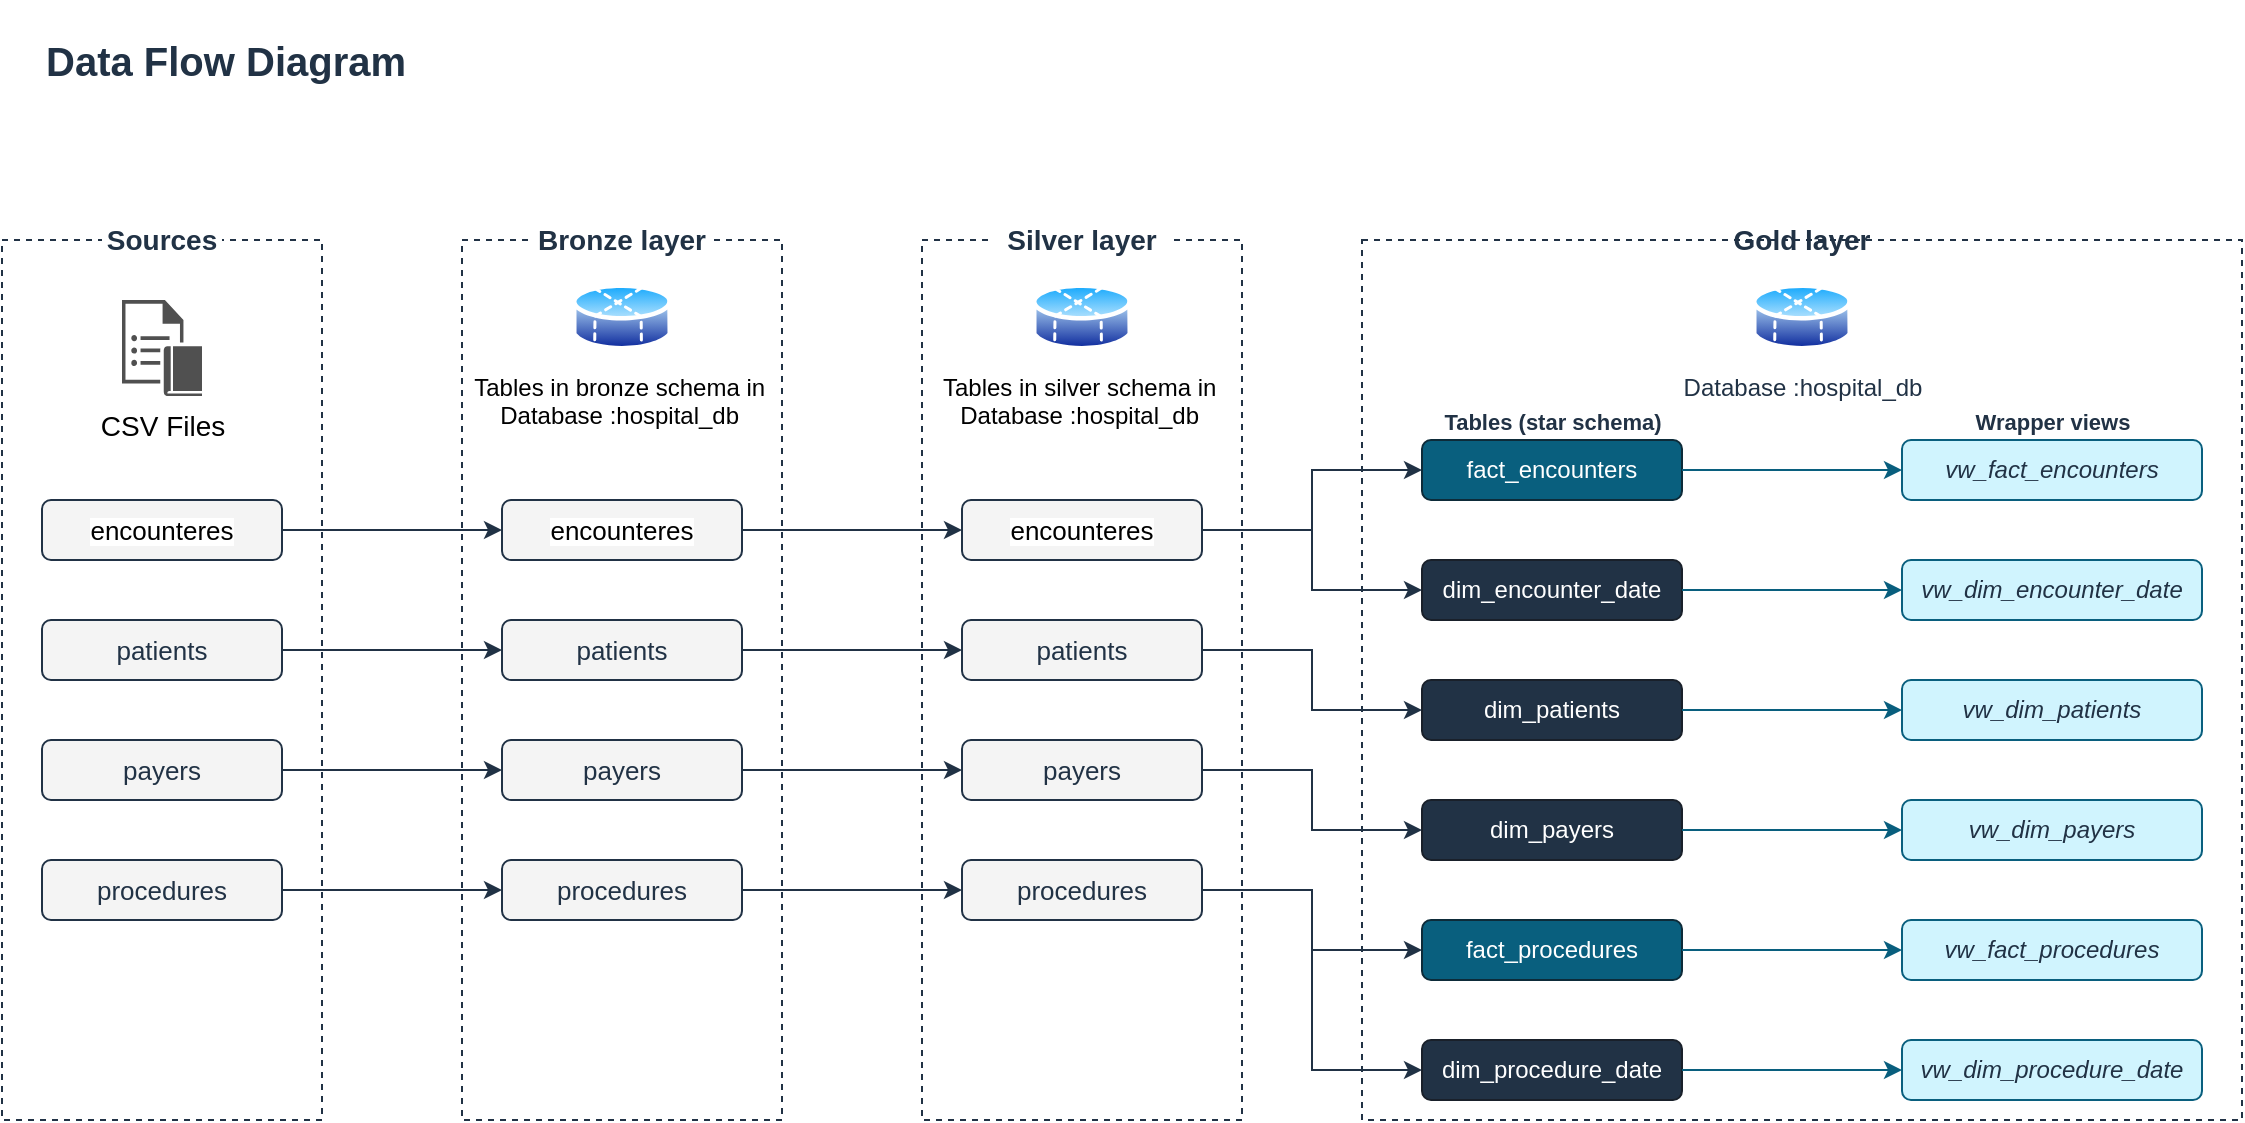
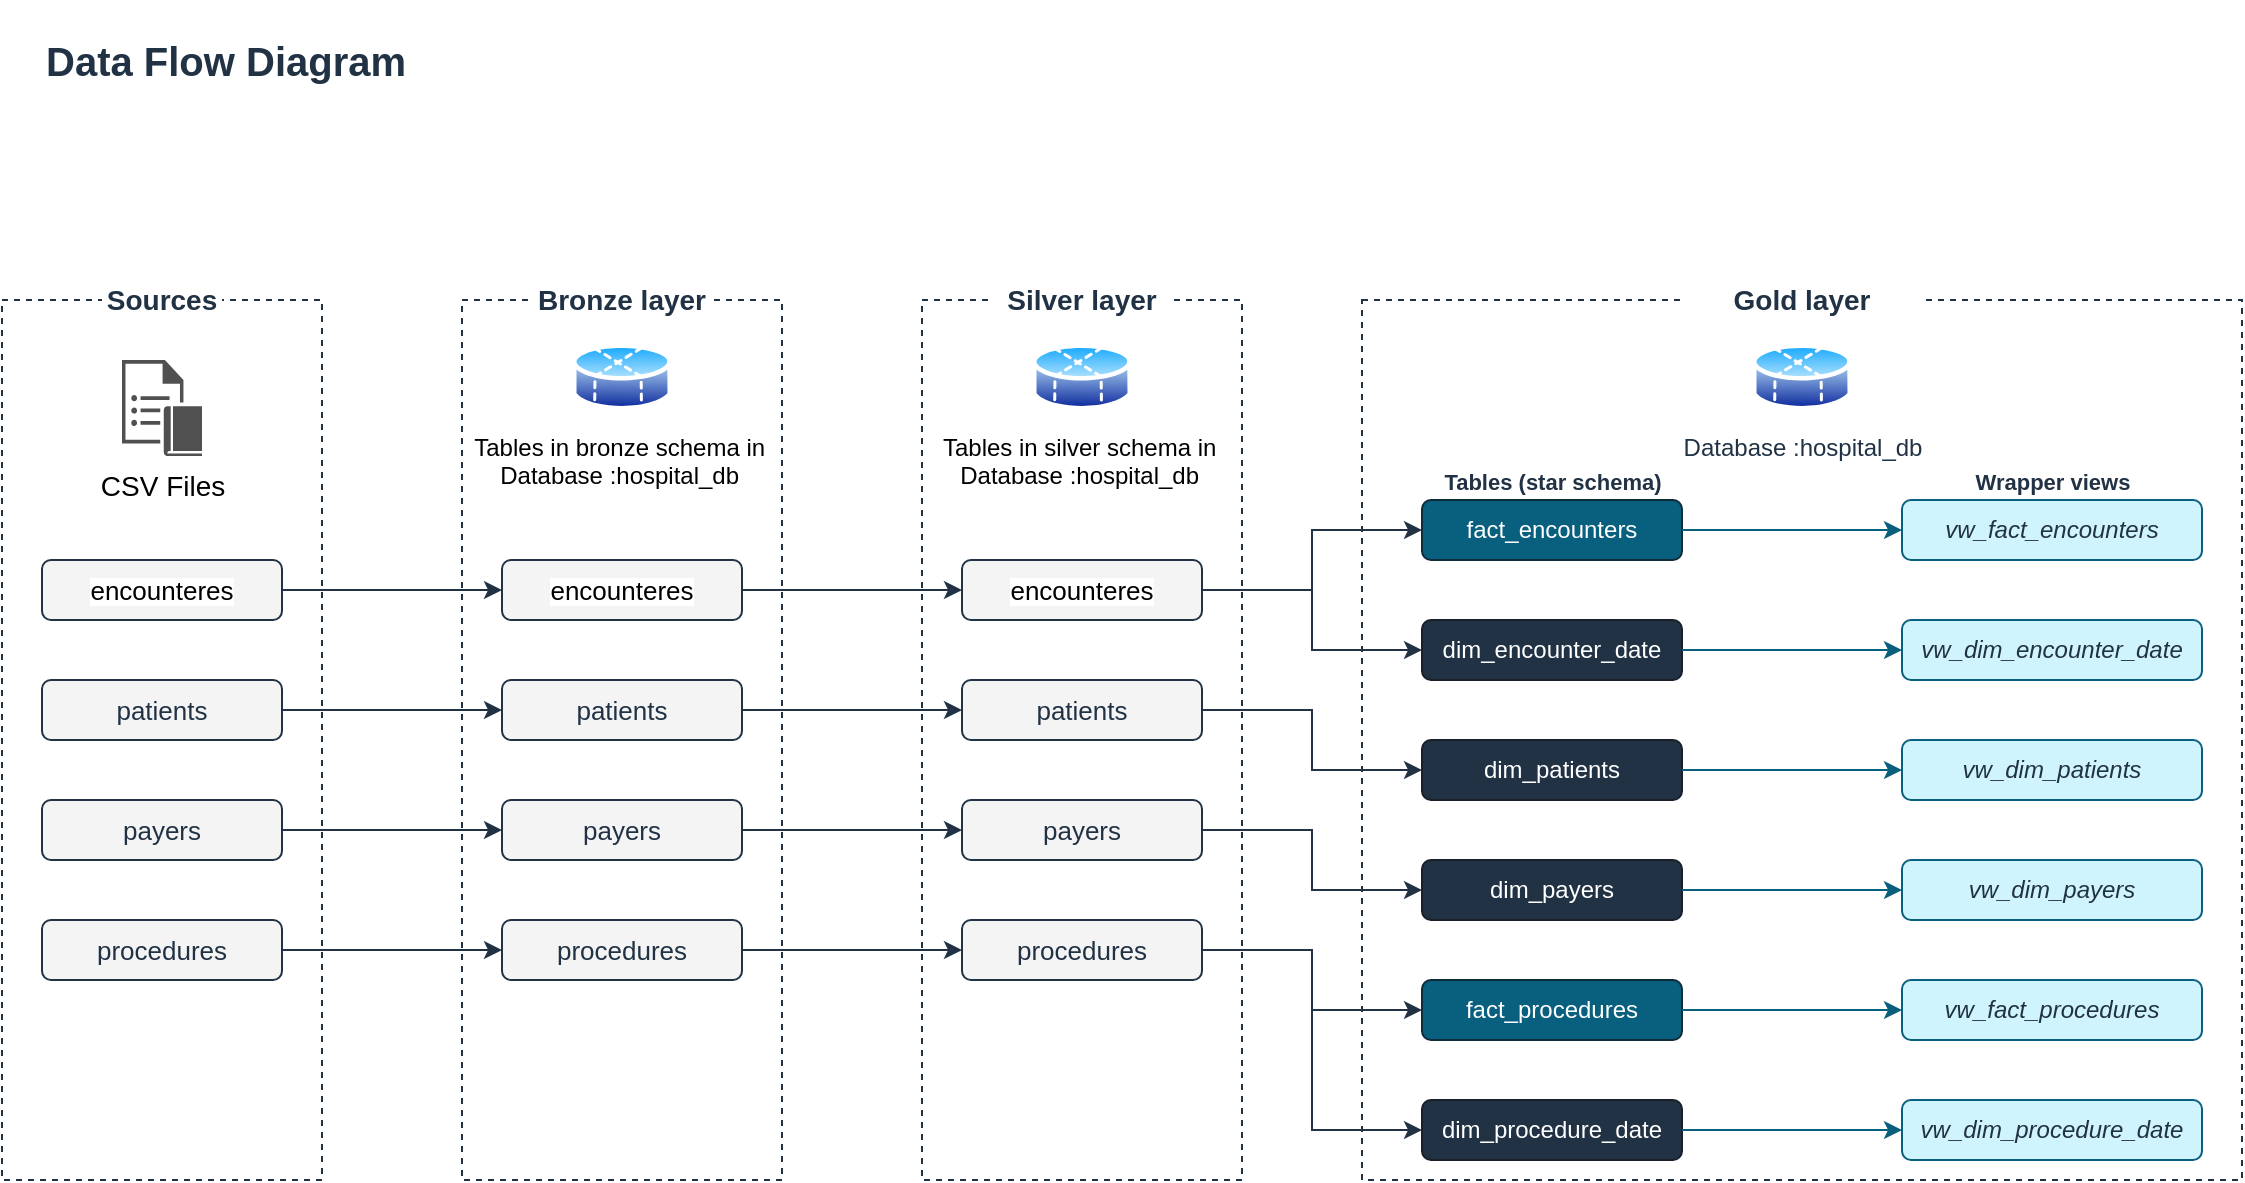
<mxfile host="Electron">
  <diagram name="Page-1" id="7KRifTNmhfS79vcvGe9k">
-     <mxGraphModel dx="1176" dy="696" grid="1" gridSize="10" guides="1" tooltips="1" connect="1" arrows="1" fold="1" page="1" pageScale="1" pageWidth="1250" pageHeight="1100" math="0" shadow="0">
+     <mxGraphModel dx="1176" dy="696" grid="1" gridSize="10" guides="1" tooltips="1" connect="1" arrows="1" fold="1" page="1" pageScale="1" pageWidth="583" pageHeight="413" math="0" shadow="0">
      <root>
        <mxCell id="0" />
        <mxCell id="1" parent="0" />
        <mxCell id="1mUyeEgf9nEu3bWgY-zx-3" parent="1" style="rounded=0;whiteSpace=wrap;html=1;fillColor=default;dashed=1;strokeColor=#213245;align=left;" value="&lt;blockquote style=&quot;margin: 0px 0px 0px 40px; border: none; padding: 0px; line-height: 150%;&quot;&gt;&lt;br&gt;&lt;/blockquote&gt;" vertex="1">
          <mxGeometry height="440" width="160" x="480" y="230" as="geometry" />
        </mxCell>
        <mxCell id="sMrIIVQ76radw1M1d-wC-12" parent="1" style="rounded=0;whiteSpace=wrap;html=1;fillColor=default;dashed=1;strokeColor=#213245;align=left;" value="&lt;blockquote style=&quot;margin: 0px 0px 0px 40px; border: none; padding: 0px; line-height: 150%;&quot;&gt;&lt;br&gt;&lt;/blockquote&gt;" vertex="1">
          <mxGeometry height="440" width="160" x="250" y="230" as="geometry" />
        </mxCell>
        <mxCell id="sMrIIVQ76radw1M1d-wC-1" parent="1" style="rounded=0;whiteSpace=wrap;html=1;fillColor=none;strokeColor=none;align=left;fontColor=#213245;" value="&lt;b&gt;&lt;font style=&quot;font-size: 20px;&quot;&gt;Data Flow Diagram&lt;/font&gt;&lt;/b&gt;" vertex="1">
-           <mxGeometry height="60" width="280" x="40" y="110" as="geometry" />
+           <mxGeometry height="60" width="280" x="40" y="80" as="geometry" />
        </mxCell>
        <mxCell id="sMrIIVQ76radw1M1d-wC-2" parent="1" style="rounded=0;whiteSpace=wrap;html=1;fillColor=default;dashed=1;strokeColor=#213245;align=left;" value="&lt;blockquote style=&quot;margin: 0px 0px 0px 40px; border: none; padding: 0px; line-height: 150%;&quot;&gt;&lt;br&gt;&lt;/blockquote&gt;" vertex="1">
          <mxGeometry height="440" width="160" x="20" y="230" as="geometry" />
        </mxCell>
        <mxCell id="sMrIIVQ76radw1M1d-wC-3" parent="1" style="sketch=0;pointerEvents=1;shadow=0;dashed=0;html=1;strokeColor=none;fillColor=#505050;labelPosition=center;verticalLabelPosition=bottom;verticalAlign=top;outlineConnect=0;align=center;shape=mxgraph.office.communications.journaling_rule;fontSize=14;" value="CSV Files" vertex="1">
          <mxGeometry height="48" width="40" x="80" y="260" as="geometry" />
        </mxCell>
        <mxCell id="sMrIIVQ76radw1M1d-wC-4" parent="1" style="rounded=1;whiteSpace=wrap;html=1;fillColor=default;strokeColor=none;fontColor=#213245;fontStyle=1;" value="&lt;font style=&quot;font-size: 14px;&quot;&gt;Sources&lt;/font&gt;" vertex="1">
          <mxGeometry height="40" width="60" x="70" y="210" as="geometry" />
        </mxCell>
        <mxCell id="sMrIIVQ76radw1M1d-wC-21" edge="1" parent="1" source="sMrIIVQ76radw1M1d-wC-5" style="edgeStyle=orthogonalEdgeStyle;rounded=0;orthogonalLoop=1;jettySize=auto;html=1;strokeColor=#213245;entryX=0;entryY=0.5;entryDx=0;entryDy=0;" target="sMrIIVQ76radw1M1d-wC-16">
          <mxGeometry relative="1" as="geometry" />
        </mxCell>
        <mxCell id="sMrIIVQ76radw1M1d-wC-5" parent="1" style="rounded=1;whiteSpace=wrap;html=1;align=center;fillColor=#f4f4f4;strokeColor=#213245;fontColor=#213245;" value="&lt;div&gt;&lt;span style=&quot;font-size: 13px;&quot;&gt;patients&lt;/span&gt;&lt;/div&gt;" vertex="1">
          <mxGeometry height="30" width="120" x="40" y="420" as="geometry" />
        </mxCell>
        <mxCell id="sMrIIVQ76radw1M1d-wC-23" edge="1" parent="1" source="sMrIIVQ76radw1M1d-wC-7" style="edgeStyle=orthogonalEdgeStyle;rounded=0;orthogonalLoop=1;jettySize=auto;html=1;strokeColor=#213245;" target="sMrIIVQ76radw1M1d-wC-18">
          <mxGeometry relative="1" as="geometry" />
        </mxCell>
        <mxCell id="sMrIIVQ76radw1M1d-wC-7" parent="1" style="rounded=1;whiteSpace=wrap;html=1;align=center;fillColor=#f4f4f4;strokeColor=#213245;fontColor=#213245;" value="&lt;div&gt;&lt;span style=&quot;font-size: 13px; text-align: left;&quot;&gt;procedures&lt;/span&gt;&lt;/div&gt;" vertex="1">
          <mxGeometry height="30" width="120" x="40" y="540" as="geometry" />
        </mxCell>
        <mxCell id="sMrIIVQ76radw1M1d-wC-22" edge="1" parent="1" source="sMrIIVQ76radw1M1d-wC-8" style="edgeStyle=orthogonalEdgeStyle;rounded=0;orthogonalLoop=1;jettySize=auto;html=1;strokeColor=#213245;" target="sMrIIVQ76radw1M1d-wC-17">
          <mxGeometry relative="1" as="geometry" />
        </mxCell>
        <mxCell id="sMrIIVQ76radw1M1d-wC-8" parent="1" style="rounded=1;whiteSpace=wrap;html=1;align=center;fillColor=#f4f4f4;strokeColor=#213245;fontColor=#213245;" value="&lt;div&gt;&lt;span style=&quot;font-size: 13px; text-align: left;&quot;&gt;payers&lt;/span&gt;&lt;br style=&quot;font-size: 13px; text-align: left;&quot;&gt;&lt;/div&gt;" vertex="1">
          <mxGeometry height="30" width="120" x="40" y="480" as="geometry" />
        </mxCell>
        <mxCell id="sMrIIVQ76radw1M1d-wC-20" edge="1" parent="1" source="sMrIIVQ76radw1M1d-wC-9" style="edgeStyle=orthogonalEdgeStyle;rounded=0;orthogonalLoop=1;jettySize=auto;html=1;strokeColor=#213245;entryX=0;entryY=0.5;entryDx=0;entryDy=0;" target="sMrIIVQ76radw1M1d-wC-15">
          <mxGeometry relative="1" as="geometry" />
        </mxCell>
        <mxCell id="sMrIIVQ76radw1M1d-wC-9" parent="1" style="rounded=1;whiteSpace=wrap;html=1;align=center;fillColor=#f4f4f4;strokeColor=#213245;fontColor=#213245;" value="&lt;span style=&quot;background-color: light-dark(#ffffff, var(--ge-dark-color, #121212));&quot;&gt;&lt;br&gt;&lt;span style=&quot;color: rgb(0, 0, 0); font-family: Helvetica; font-size: 13px; font-style: normal; font-variant-ligatures: normal; font-variant-caps: normal; font-weight: 400; letter-spacing: normal; orphans: 2; text-indent: 0px; text-transform: none; widows: 2; word-spacing: 0px; -webkit-text-stroke-width: 0px; white-space: normal; text-decoration-thickness: initial; text-decoration-style: initial; text-decoration-color: initial; float: none; display: inline !important;&quot;&gt;encounteres&lt;/span&gt;&lt;/span&gt;&lt;div&gt;&lt;br&gt;&lt;/div&gt;" vertex="1">
          <mxGeometry height="30" width="120" x="40" y="360" as="geometry" />
        </mxCell>
        <mxCell id="sMrIIVQ76radw1M1d-wC-13" parent="1" style="rounded=1;whiteSpace=wrap;html=1;fillColor=default;strokeColor=none;fontColor=#213245;fontStyle=1;" value="&lt;font style=&quot;font-size: 14px;&quot;&gt;Bronze layer&lt;/font&gt;" vertex="1">
          <mxGeometry height="40" width="90" x="285" y="210" as="geometry" />
        </mxCell>
        <mxCell id="sMrIIVQ76radw1M1d-wC-14" parent="1" style="image;aspect=fixed;perimeter=ellipsePerimeter;html=1;align=center;shadow=0;dashed=0;spacingTop=3;image=img/lib/active_directory/database_partition_4.svg;" value="Tables in bronze schema in&amp;nbsp;&lt;div&gt;Database :hospital_db&amp;nbsp;&lt;/div&gt;" vertex="1">
          <mxGeometry height="37" width="50" x="305" y="250" as="geometry" />
        </mxCell>
        <mxCell id="1mUyeEgf9nEu3bWgY-zx-13" edge="1" parent="1" source="sMrIIVQ76radw1M1d-wC-15" style="edgeStyle=orthogonalEdgeStyle;rounded=0;orthogonalLoop=1;jettySize=auto;html=1;strokeColor=#213245;" target="1mUyeEgf9nEu3bWgY-zx-7">
          <mxGeometry relative="1" as="geometry" />
        </mxCell>
        <mxCell id="sMrIIVQ76radw1M1d-wC-15" parent="1" style="rounded=1;whiteSpace=wrap;html=1;align=center;fillColor=#f4f4f4;strokeColor=#213245;fontColor=#213245;" value="&lt;span style=&quot;background-color: light-dark(#ffffff, var(--ge-dark-color, #121212));&quot;&gt;&lt;br&gt;&lt;span style=&quot;color: rgb(0, 0, 0); font-family: Helvetica; font-size: 13px; font-style: normal; font-variant-ligatures: normal; font-variant-caps: normal; font-weight: 400; letter-spacing: normal; orphans: 2; text-indent: 0px; text-transform: none; widows: 2; word-spacing: 0px; -webkit-text-stroke-width: 0px; white-space: normal; text-decoration-thickness: initial; text-decoration-style: initial; text-decoration-color: initial; float: none; display: inline !important;&quot;&gt;encounteres&lt;/span&gt;&lt;/span&gt;&lt;div&gt;&lt;br&gt;&lt;/div&gt;" vertex="1">
          <mxGeometry height="30" width="120" x="270" y="360" as="geometry" />
        </mxCell>
        <mxCell id="1mUyeEgf9nEu3bWgY-zx-14" edge="1" parent="1" source="sMrIIVQ76radw1M1d-wC-16" style="edgeStyle=orthogonalEdgeStyle;rounded=0;orthogonalLoop=1;jettySize=auto;html=1;strokeColor=#213245;" target="1mUyeEgf9nEu3bWgY-zx-8" value="">
          <mxGeometry relative="1" as="geometry" />
        </mxCell>
        <mxCell id="sMrIIVQ76radw1M1d-wC-16" parent="1" style="rounded=1;whiteSpace=wrap;html=1;align=center;fillColor=#f4f4f4;strokeColor=#213245;fontColor=#213245;" value="&lt;div&gt;&lt;span style=&quot;font-size: 13px;&quot;&gt;patients&lt;/span&gt;&lt;/div&gt;" vertex="1">
          <mxGeometry height="30" width="120" x="270" y="420" as="geometry" />
        </mxCell>
        <mxCell id="1mUyeEgf9nEu3bWgY-zx-15" edge="1" parent="1" source="sMrIIVQ76radw1M1d-wC-17" style="edgeStyle=orthogonalEdgeStyle;rounded=0;orthogonalLoop=1;jettySize=auto;html=1;strokeColor=#213245;" target="1mUyeEgf9nEu3bWgY-zx-9">
          <mxGeometry relative="1" as="geometry" />
        </mxCell>
        <mxCell id="sMrIIVQ76radw1M1d-wC-17" parent="1" style="rounded=1;whiteSpace=wrap;html=1;align=center;fillColor=#f4f4f4;strokeColor=#213245;fontColor=#213245;" value="&lt;div&gt;&lt;span style=&quot;font-size: 13px; text-align: left;&quot;&gt;payers&lt;/span&gt;&lt;br style=&quot;font-size: 13px; text-align: left;&quot;&gt;&lt;/div&gt;" vertex="1">
          <mxGeometry height="30" width="120" x="270" y="480" as="geometry" />
        </mxCell>
        <mxCell id="1mUyeEgf9nEu3bWgY-zx-16" edge="1" parent="1" source="sMrIIVQ76radw1M1d-wC-18" style="edgeStyle=orthogonalEdgeStyle;rounded=0;orthogonalLoop=1;jettySize=auto;html=1;strokeColor=#213245;" target="1mUyeEgf9nEu3bWgY-zx-10">
          <mxGeometry relative="1" as="geometry" />
        </mxCell>
        <mxCell id="sMrIIVQ76radw1M1d-wC-18" parent="1" style="rounded=1;whiteSpace=wrap;html=1;align=center;fillColor=#f4f4f4;strokeColor=#213245;fontColor=#213245;" value="&lt;div&gt;&lt;span style=&quot;font-size: 13px; text-align: left;&quot;&gt;procedures&lt;/span&gt;&lt;/div&gt;" vertex="1">
          <mxGeometry height="30" width="120" x="270" y="540" as="geometry" />
        </mxCell>
        <mxCell id="1mUyeEgf9nEu3bWgY-zx-4" parent="1" style="rounded=1;whiteSpace=wrap;html=1;fillColor=default;strokeColor=none;fontColor=#213245;fontStyle=1;" value="&lt;font style=&quot;font-size: 14px;&quot;&gt;Silver layer&lt;/font&gt;" vertex="1">
          <mxGeometry height="40" width="90" x="515" y="210" as="geometry" />
        </mxCell>
        <mxCell id="1mUyeEgf9nEu3bWgY-zx-5" parent="1" style="image;aspect=fixed;perimeter=ellipsePerimeter;html=1;align=center;shadow=0;dashed=0;spacingTop=3;image=img/lib/active_directory/database_partition_4.svg;" value="Tables in silver schema in&amp;nbsp;&lt;div&gt;Database :hospital_db&amp;nbsp;&lt;/div&gt;" vertex="1">
          <mxGeometry height="37" width="50" x="535" y="250" as="geometry" />
        </mxCell>
        <mxCell id="1mUyeEgf9nEu3bWgY-zx-7" parent="1" style="rounded=1;whiteSpace=wrap;html=1;align=center;fillColor=#f4f4f4;strokeColor=#213245;fontColor=#213245;" value="&lt;span style=&quot;background-color: light-dark(#ffffff, var(--ge-dark-color, #121212));&quot;&gt;&lt;br&gt;&lt;span style=&quot;color: rgb(0, 0, 0); font-family: Helvetica; font-size: 13px; font-style: normal; font-variant-ligatures: normal; font-variant-caps: normal; font-weight: 400; letter-spacing: normal; orphans: 2; text-indent: 0px; text-transform: none; widows: 2; word-spacing: 0px; -webkit-text-stroke-width: 0px; white-space: normal; text-decoration-thickness: initial; text-decoration-style: initial; text-decoration-color: initial; float: none; display: inline !important;&quot;&gt;encounteres&lt;/span&gt;&lt;/span&gt;&lt;div&gt;&lt;br&gt;&lt;/div&gt;" vertex="1">
          <mxGeometry height="30" width="120" x="500" y="360" as="geometry" />
        </mxCell>
        <mxCell id="1mUyeEgf9nEu3bWgY-zx-8" parent="1" style="rounded=1;whiteSpace=wrap;html=1;align=center;fillColor=#f4f4f4;strokeColor=#213245;fontColor=#213245;" value="&lt;div&gt;&lt;span style=&quot;font-size: 13px;&quot;&gt;patients&lt;/span&gt;&lt;/div&gt;" vertex="1">
          <mxGeometry height="30" width="120" x="500" y="420" as="geometry" />
        </mxCell>
        <mxCell id="1mUyeEgf9nEu3bWgY-zx-9" parent="1" style="rounded=1;whiteSpace=wrap;html=1;align=center;fillColor=#f4f4f4;strokeColor=#213245;fontColor=#213245;" value="&lt;div&gt;&lt;span style=&quot;font-size: 13px; text-align: left;&quot;&gt;payers&lt;/span&gt;&lt;br style=&quot;font-size: 13px; text-align: left;&quot;&gt;&lt;/div&gt;" vertex="1">
          <mxGeometry height="30" width="120" x="500" y="480" as="geometry" />
        </mxCell>
        <mxCell id="1mUyeEgf9nEu3bWgY-zx-10" parent="1" style="rounded=1;whiteSpace=wrap;html=1;align=center;fillColor=#f4f4f4;strokeColor=#213245;fontColor=#213245;" value="&lt;div&gt;&lt;span style=&quot;font-size: 13px; text-align: left;&quot;&gt;procedures&lt;/span&gt;&lt;/div&gt;" vertex="1">
          <mxGeometry height="30" width="120" x="500" y="540" as="geometry" />
        </mxCell>
        <mxCell id="g_container" parent="1" style="rounded=0;whiteSpace=wrap;html=1;fillColor=default;dashed=1;strokeColor=#213245;" value="" vertex="1">
          <mxGeometry height="440" width="440" x="700" y="230" as="geometry" />
        </mxCell>
-         <mxCell id="g_label" parent="1" style="rounded=1;whiteSpace=wrap;html=1;fillColor=none;strokeColor=none;fontColor=#213245;fontStyle=1;align=center;" value="&lt;font style=&quot;font-size: 14px;&quot;&gt;Gold layer&lt;/font&gt;" vertex="1">
+         <mxCell id="g_label" parent="1" style="rounded=1;whiteSpace=wrap;html=1;fillColor=default;strokeColor=none;fontColor=#213245;fontStyle=1;align=center;" value="&lt;font style=&quot;font-size: 14px;&quot;&gt;Gold layer&lt;/font&gt;" vertex="1">
          <mxGeometry height="40" width="120" x="860" y="210" as="geometry" />
        </mxCell>
        <mxCell id="g_icon" parent="1" style="image;aspect=fixed;perimeter=ellipsePerimeter;html=1;align=center;shadow=0;dashed=0;spacingTop=3;image=img/lib/active_directory/database_partition_4.svg;fontColor=#213245;" value="Database :hospital_db" vertex="1">
          <mxGeometry height="37" width="50" x="895" y="250" as="geometry" />
        </mxCell>
        <mxCell id="g_hdr_t" parent="1" style="text;html=1;align=center;fontColor=#213245;fontStyle=1;fontSize=11;" value="Tables (star schema)" vertex="1">
          <mxGeometry height="20" width="130" x="730" y="308" as="geometry" />
        </mxCell>
        <mxCell id="g_hdr_v" parent="1" style="text;html=1;align=center;fontColor=#213245;fontStyle=1;fontSize=11;" value="Wrapper views" vertex="1">
          <mxGeometry height="20" width="150" x="970" y="308" as="geometry" />
        </mxCell>
        <mxCell id="g_fact_enc" parent="1" style="rounded=1;whiteSpace=wrap;html=1;align=center;fillColor=#095f7e;strokeColor=#0d2b39;fontColor=#ffffff;fontSize=12;" value="fact_encounters" vertex="1">
          <mxGeometry height="30" width="130" x="730" y="330" as="geometry" />
        </mxCell>
        <mxCell id="vw_g_fact_enc" parent="1" style="rounded=1;whiteSpace=wrap;html=1;align=center;fillColor=#d0f4fe;strokeColor=#095f7e;fontColor=#213245;fontSize=12;fontStyle=2;" value="vw_fact_encounters" vertex="1">
          <mxGeometry height="30" width="150" x="970" y="330" as="geometry" />
        </mxCell>
        <mxCell id="g_dim_encdate" parent="1" style="rounded=1;whiteSpace=wrap;html=1;align=center;fillColor=#213245;strokeColor=#19202a;fontColor=#ffffff;fontSize=12;" value="dim_encounter_date" vertex="1">
          <mxGeometry height="30" width="130" x="730" y="390" as="geometry" />
        </mxCell>
        <mxCell id="vw_g_dim_encdate" parent="1" style="rounded=1;whiteSpace=wrap;html=1;align=center;fillColor=#d0f4fe;strokeColor=#095f7e;fontColor=#213245;fontSize=12;fontStyle=2;" value="vw_dim_encounter_date" vertex="1">
          <mxGeometry height="30" width="150" x="970" y="390" as="geometry" />
        </mxCell>
        <mxCell id="g_dim_pat" parent="1" style="rounded=1;whiteSpace=wrap;html=1;align=center;fillColor=#213245;strokeColor=#19202a;fontColor=#ffffff;fontSize=12;" value="dim_patients" vertex="1">
          <mxGeometry height="30" width="130" x="730" y="450" as="geometry" />
        </mxCell>
        <mxCell id="vw_g_dim_pat" parent="1" style="rounded=1;whiteSpace=wrap;html=1;align=center;fillColor=#d0f4fe;strokeColor=#095f7e;fontColor=#213245;fontSize=12;fontStyle=2;" value="vw_dim_patients" vertex="1">
          <mxGeometry height="30" width="150" x="970" y="450" as="geometry" />
        </mxCell>
        <mxCell id="g_dim_pay" parent="1" style="rounded=1;whiteSpace=wrap;html=1;align=center;fillColor=#213245;strokeColor=#19202a;fontColor=#ffffff;fontSize=12;" value="dim_payers" vertex="1">
          <mxGeometry height="30" width="130" x="730" y="510" as="geometry" />
        </mxCell>
        <mxCell id="vw_g_dim_pay" parent="1" style="rounded=1;whiteSpace=wrap;html=1;align=center;fillColor=#d0f4fe;strokeColor=#095f7e;fontColor=#213245;fontSize=12;fontStyle=2;" value="vw_dim_payers" vertex="1">
          <mxGeometry height="30" width="150" x="970" y="510" as="geometry" />
        </mxCell>
        <mxCell id="g_fact_proc" parent="1" style="rounded=1;whiteSpace=wrap;html=1;align=center;fillColor=#095f7e;strokeColor=#0d2b39;fontColor=#ffffff;fontSize=12;" value="fact_procedures" vertex="1">
          <mxGeometry height="30" width="130" x="730" y="570" as="geometry" />
        </mxCell>
        <mxCell id="vw_g_fact_proc" parent="1" style="rounded=1;whiteSpace=wrap;html=1;align=center;fillColor=#d0f4fe;strokeColor=#095f7e;fontColor=#213245;fontSize=12;fontStyle=2;" value="vw_fact_procedures" vertex="1">
          <mxGeometry height="30" width="150" x="970" y="570" as="geometry" />
        </mxCell>
        <mxCell id="g_dim_prcdate" parent="1" style="rounded=1;whiteSpace=wrap;html=1;align=center;fillColor=#213245;strokeColor=#19202a;fontColor=#ffffff;fontSize=12;" value="dim_procedure_date" vertex="1">
          <mxGeometry height="30" width="130" x="730" y="630" as="geometry" />
        </mxCell>
        <mxCell id="vw_g_dim_prcdate" parent="1" style="rounded=1;whiteSpace=wrap;html=1;align=center;fillColor=#d0f4fe;strokeColor=#095f7e;fontColor=#213245;fontSize=12;fontStyle=2;" value="vw_dim_procedure_date" vertex="1">
          <mxGeometry height="30" width="150" x="970" y="630" as="geometry" />
        </mxCell>
        <mxCell id="e_g_fact_enc" edge="1" parent="1" source="1mUyeEgf9nEu3bWgY-zx-7" style="edgeStyle=orthogonalEdgeStyle;rounded=0;orthogonalLoop=1;jettySize=auto;html=1;strokeColor=#213245;entryX=0;entryY=0.5;entryDx=0;entryDy=0;" target="g_fact_enc">
          <mxGeometry relative="1" as="geometry" />
        </mxCell>
        <mxCell id="e_vw_g_fact_enc" edge="1" parent="1" source="g_fact_enc" style="edgeStyle=orthogonalEdgeStyle;rounded=0;orthogonalLoop=1;jettySize=auto;html=1;strokeColor=#095f7e;exitX=1;exitY=0.5;exitDx=0;exitDy=0;entryX=0;entryY=0.5;entryDx=0;entryDy=0;" target="vw_g_fact_enc">
          <mxGeometry relative="1" as="geometry" />
        </mxCell>
        <mxCell id="e_g_dim_encdate" edge="1" parent="1" source="1mUyeEgf9nEu3bWgY-zx-7" style="edgeStyle=orthogonalEdgeStyle;rounded=0;orthogonalLoop=1;jettySize=auto;html=1;strokeColor=#213245;entryX=0;entryY=0.5;entryDx=0;entryDy=0;" target="g_dim_encdate">
          <mxGeometry relative="1" as="geometry" />
        </mxCell>
        <mxCell id="e_vw_g_dim_encdate" edge="1" parent="1" source="g_dim_encdate" style="edgeStyle=orthogonalEdgeStyle;rounded=0;orthogonalLoop=1;jettySize=auto;html=1;strokeColor=#095f7e;exitX=1;exitY=0.5;exitDx=0;exitDy=0;entryX=0;entryY=0.5;entryDx=0;entryDy=0;" target="vw_g_dim_encdate">
          <mxGeometry relative="1" as="geometry" />
        </mxCell>
        <mxCell id="e_g_dim_pat" edge="1" parent="1" source="1mUyeEgf9nEu3bWgY-zx-8" style="edgeStyle=orthogonalEdgeStyle;rounded=0;orthogonalLoop=1;jettySize=auto;html=1;strokeColor=#213245;entryX=0;entryY=0.5;entryDx=0;entryDy=0;" target="g_dim_pat">
          <mxGeometry relative="1" as="geometry" />
        </mxCell>
        <mxCell id="e_vw_g_dim_pat" edge="1" parent="1" source="g_dim_pat" style="edgeStyle=orthogonalEdgeStyle;rounded=0;orthogonalLoop=1;jettySize=auto;html=1;strokeColor=#095f7e;exitX=1;exitY=0.5;exitDx=0;exitDy=0;entryX=0;entryY=0.5;entryDx=0;entryDy=0;" target="vw_g_dim_pat">
          <mxGeometry relative="1" as="geometry" />
        </mxCell>
        <mxCell id="e_g_dim_pay" edge="1" parent="1" source="1mUyeEgf9nEu3bWgY-zx-9" style="edgeStyle=orthogonalEdgeStyle;rounded=0;orthogonalLoop=1;jettySize=auto;html=1;strokeColor=#213245;entryX=0;entryY=0.5;entryDx=0;entryDy=0;" target="g_dim_pay">
          <mxGeometry relative="1" as="geometry" />
        </mxCell>
        <mxCell id="e_vw_g_dim_pay" edge="1" parent="1" source="g_dim_pay" style="edgeStyle=orthogonalEdgeStyle;rounded=0;orthogonalLoop=1;jettySize=auto;html=1;strokeColor=#095f7e;exitX=1;exitY=0.5;exitDx=0;exitDy=0;entryX=0;entryY=0.5;entryDx=0;entryDy=0;" target="vw_g_dim_pay">
          <mxGeometry relative="1" as="geometry" />
        </mxCell>
        <mxCell id="e_g_fact_proc" edge="1" parent="1" source="1mUyeEgf9nEu3bWgY-zx-10" style="edgeStyle=orthogonalEdgeStyle;rounded=0;orthogonalLoop=1;jettySize=auto;html=1;strokeColor=#213245;entryX=0;entryY=0.5;entryDx=0;entryDy=0;" target="g_fact_proc">
          <mxGeometry relative="1" as="geometry" />
        </mxCell>
        <mxCell id="e_vw_g_fact_proc" edge="1" parent="1" source="g_fact_proc" style="edgeStyle=orthogonalEdgeStyle;rounded=0;orthogonalLoop=1;jettySize=auto;html=1;strokeColor=#095f7e;exitX=1;exitY=0.5;exitDx=0;exitDy=0;entryX=0;entryY=0.5;entryDx=0;entryDy=0;" target="vw_g_fact_proc">
          <mxGeometry relative="1" as="geometry" />
        </mxCell>
        <mxCell id="e_g_dim_prcdate" edge="1" parent="1" source="1mUyeEgf9nEu3bWgY-zx-10" style="edgeStyle=orthogonalEdgeStyle;rounded=0;orthogonalLoop=1;jettySize=auto;html=1;strokeColor=#213245;entryX=0;entryY=0.5;entryDx=0;entryDy=0;" target="g_dim_prcdate">
          <mxGeometry relative="1" as="geometry" />
        </mxCell>
        <mxCell id="e_vw_g_dim_prcdate" edge="1" parent="1" source="g_dim_prcdate" style="edgeStyle=orthogonalEdgeStyle;rounded=0;orthogonalLoop=1;jettySize=auto;html=1;strokeColor=#095f7e;exitX=1;exitY=0.5;exitDx=0;exitDy=0;entryX=0;entryY=0.5;entryDx=0;entryDy=0;" target="vw_g_dim_prcdate">
          <mxGeometry relative="1" as="geometry" />
        </mxCell>
      </root>
    </mxGraphModel>
  </diagram>
</mxfile>
